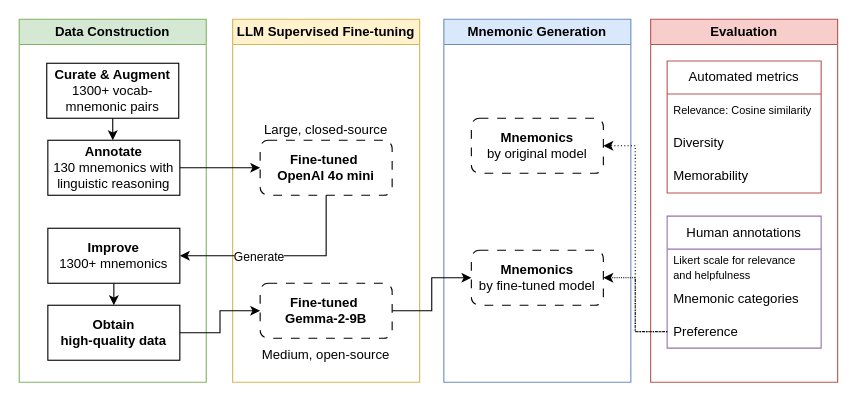
Earlier version of the draw.io diagram assets/abstract.drawio (chiffonng/mnemonic-gen). Source tidied: cells renumbered, new cells numbered last; positions are measured from the earlier drawing's top-left corner, leaving out a move shared by most shapes. Both pictures are drawn from the tidied source at 110%, with x=0, y=0 at pixel (19, 19).
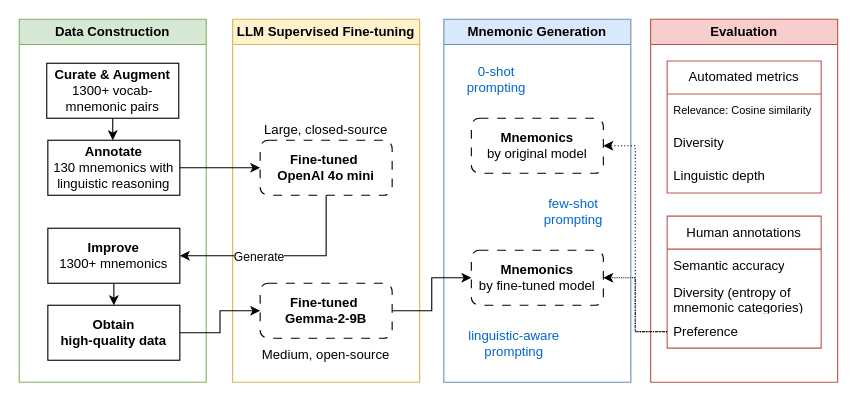
The same page after the edit.

The change refers to these unchanged cells:
```xml
<mxCell id="18" value="Mnemonic Generation" style="swimlane;whiteSpace=wrap;html=1;startSize=23;fillColor=#dae8fc;strokeColor=#6c8ebf;" parent="1" vertex="1">
  <mxGeometry x="386" width="170" height="330" as="geometry" />
</mxCell>
<mxCell id="22" value="Evaluation" style="swimlane;whiteSpace=wrap;html=1;startSize=23;fillColor=#f8cecc;strokeColor=#b85450;" parent="1" vertex="1">
  <mxGeometry x="574" width="170" height="330" as="geometry" />
</mxCell>
<mxCell id="23" value="Automated metrics" style="swimlane;fontStyle=0;horizontal=1;startSize=30;whiteSpace=wrap;html=1;fillColor=none;strokeColor=#b85450;" parent="22" vertex="1">
  <mxGeometry x="15" y="38" width="140" height="120" as="geometry" />
</mxCell>
```

What changed in the source:
```diff
@@
+    <mxCell id="33" value="0-shot prompting" style="text;html=1;align=center;verticalAlign=middle;whiteSpace=wrap;rounded=0;fillColor=none;strokeColor=none;fontColor=#0066CC;" parent="18" vertex="1">
+      <mxGeometry x="18" y="40" width="60" height="30" as="geometry" />
+    </mxCell>
+    <mxCell id="34" value="few-shot prompting" style="text;html=1;align=center;verticalAlign=middle;whiteSpace=wrap;rounded=0;fillColor=none;strokeColor=none;fontColor=#0066CC;" parent="18" vertex="1">
+      <mxGeometry x="88" y="160" width="60" height="30" as="geometry" />
+    </mxCell>
+    <mxCell id="35" value="linguistic-aware prompting" style="text;html=1;align=center;verticalAlign=middle;whiteSpace=wrap;rounded=0;fillColor=none;strokeColor=none;fontColor=#0066CC;" parent="18" vertex="1">
+      <mxGeometry x="18" y="280" width="92" height="30" as="geometry" />
+    </mxCell>
@@
-    <mxCell id="26" value="Memorability" style="text;strokeColor=none;fillColor=none;align=left;verticalAlign=middle;spacingLeft=4;spacingRight=4;overflow=hidden;whiteSpace=wrap;html=1;" parent="23" vertex="1">
+    <mxCell id="26" value="Linguistic depth" style="text;strokeColor=none;fillColor=none;align=left;verticalAlign=middle;spacingLeft=4;spacingRight=4;overflow=hidden;whiteSpace=wrap;html=1;" parent="23" vertex="1">
       <mxGeometry y="90" width="140" height="30" as="geometry" />
     </mxCell>
-    <mxCell id="27" value="Human annotations" style="swimlane;fontStyle=0;horizontal=1;startSize=30;whiteSpace=wrap;html=1;fillColor=none;strokeColor=#9673a6;" parent="22" vertex="1">
+    <mxCell id="27" value="Human annotations" style="swimlane;fontStyle=0;horizontal=1;startSize=30;whiteSpace=wrap;html=1;fillColor=none;strokeColor=#b85450;" parent="22" vertex="1">
       <mxGeometry x="15" y="179" width="140" height="120" as="geometry" />
     </mxCell>
-    <mxCell id="28" value="&lt;font style=&quot;font-size: 10px;&quot;&gt;Likert scale for relevance and helpfulness&lt;/font&gt;" style="text;strokeColor=none;fillColor=none;align=left;verticalAlign=middle;spacingLeft=4;spacingRight=4;overflow=hidden;whiteSpace=wrap;html=1;" parent="27" vertex="1">
+    <mxCell id="28" value="&lt;font&gt;Semantic accuracy&lt;/font&gt;" style="text;strokeColor=none;fillColor=none;align=left;verticalAlign=middle;spacingLeft=4;spacingRight=4;overflow=hidden;whiteSpace=wrap;html=1;strokeWidth=4;" parent="27" vertex="1">
       <mxGeometry y="30" width="140" height="30" as="geometry" />
     </mxCell>
-    <mxCell id="29" value="Mnemonic categories" style="text;strokeColor=none;fillColor=none;align=left;verticalAlign=middle;spacingLeft=4;spacingRight=4;overflow=hidden;whiteSpace=wrap;html=1;" parent="27" vertex="1">
+    <mxCell id="29" value="Diversity (entropy of mnemonic categories)" style="text;strokeColor=none;fillColor=none;align=left;verticalAlign=middle;spacingLeft=4;spacingRight=4;overflow=hidden;whiteSpace=wrap;html=1;" parent="27" vertex="1">
       <mxGeometry y="60" width="140" height="30" as="geometry" />
     </mxCell>
```
